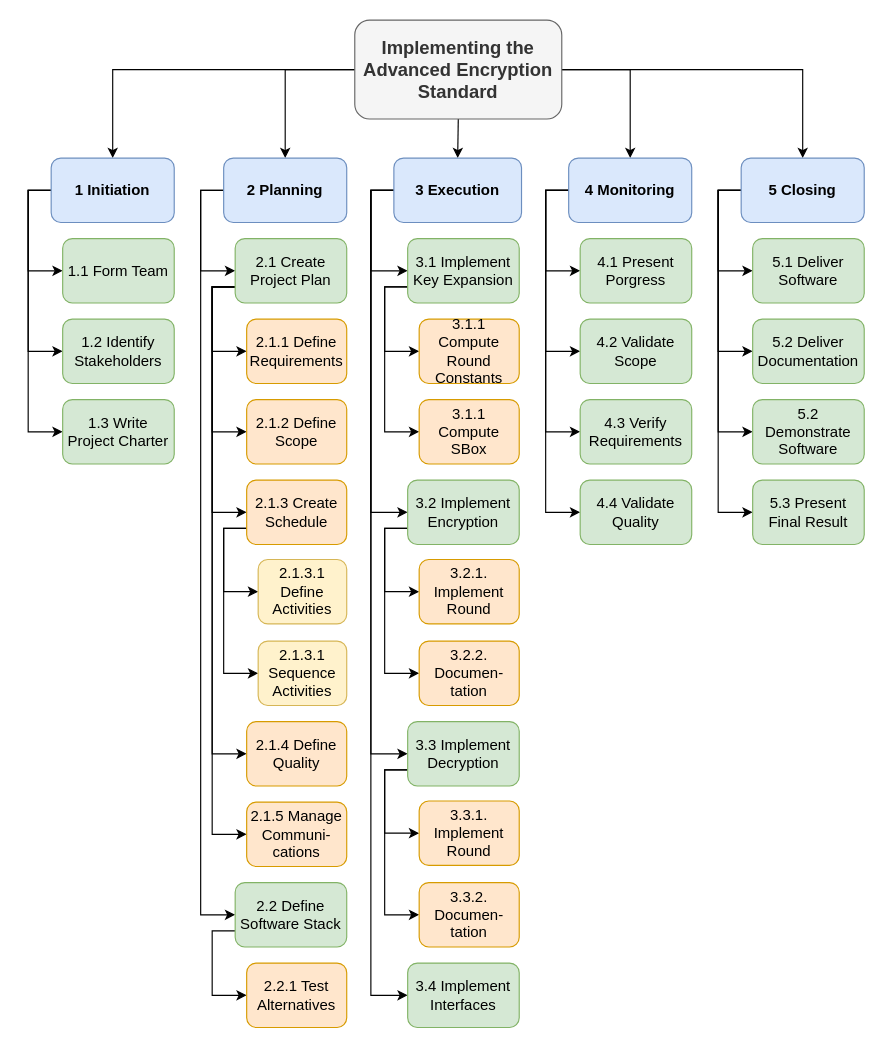
This is thesis/thesis/data/figures/WBS.drawio from jp-berg/AES, a draw.io file, before an edit. Source tidied: cells renumbered, new cells numbered last; positions are measured from the earlier drawing's top-left corner, leaving out a move shared by most shapes. Both pictures are drawn from the tidied source at 115%, with x=0, y=0 at pixel (51, 20).
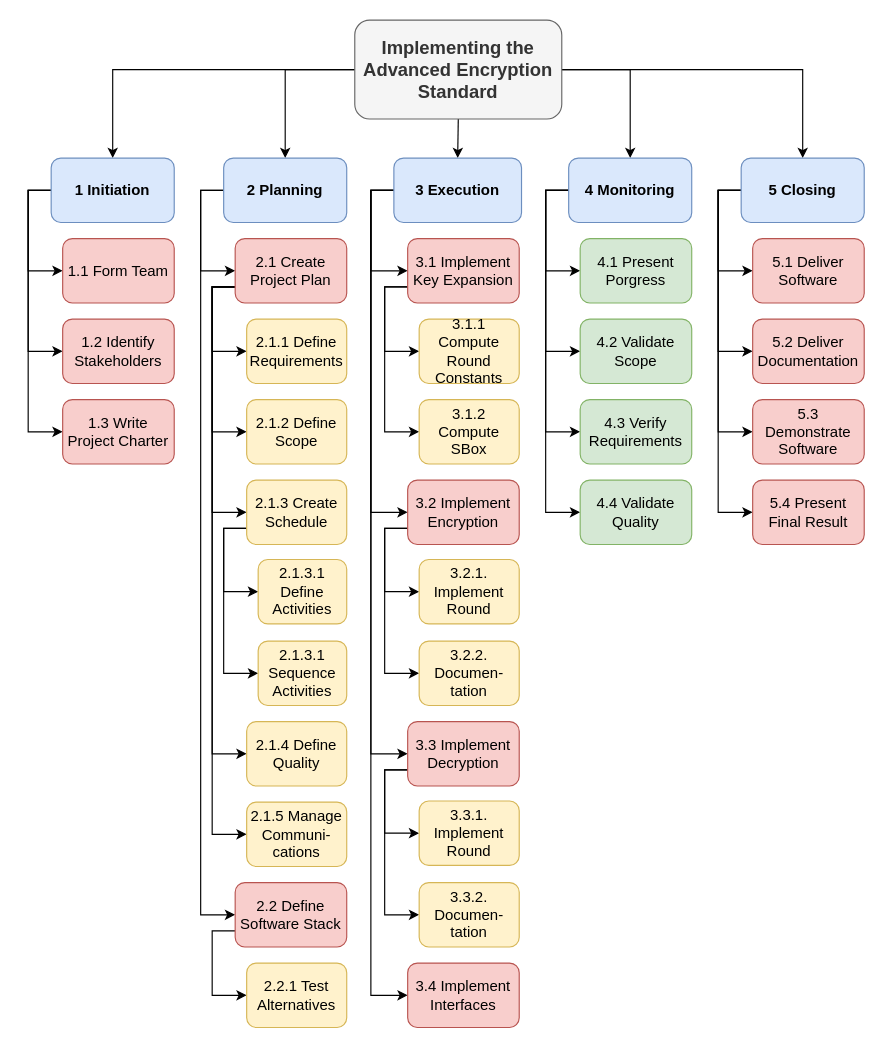
The same page after the edit.

Change to the diagram source:
```diff
@@
-    <mxCell id="44" value="&lt;font face=&quot;CMU Serif Roman&quot; style=&quot;font-size: 13px;&quot;&gt;&lt;span style=&quot;font-size: 13px;&quot;&gt;1.1 Form Team&lt;br style=&quot;font-size: 13px;&quot;&gt;&lt;/span&gt;&lt;/font&gt;" style="rounded=1;whiteSpace=wrap;html=1;fontFamily=CMU Serif Roman;fontSize=13;fillColor=#d5e8d4;strokeColor=#82b366;" parent="38" vertex="1">
+    <mxCell id="44" value="&lt;font face=&quot;CMU Serif Roman&quot; style=&quot;font-size: 13px;&quot;&gt;&lt;span style=&quot;font-size: 13px;&quot;&gt;1.1 Form Team&lt;br style=&quot;font-size: 13px;&quot;&gt;&lt;/span&gt;&lt;/font&gt;" style="rounded=1;whiteSpace=wrap;html=1;fontFamily=CMU Serif Roman;fontSize=13;fillColor=#f8cecc;strokeColor=#b85450;" parent="38" vertex="1">
       <mxGeometry x="10" y="190" width="97" height="56" as="geometry" />
     </mxCell>
-    <mxCell id="45" value="&lt;font face=&quot;CMU Serif Roman&quot; style=&quot;font-size: 13px;&quot;&gt;&lt;span style=&quot;font-size: 13px;&quot;&gt;1.2 Identify Stakeholders&lt;br style=&quot;font-size: 13px;&quot;&gt;&lt;/span&gt;&lt;/font&gt;" style="rounded=1;whiteSpace=wrap;html=1;fontFamily=CMU Serif Roman;fontSize=13;fillColor=#d5e8d4;strokeColor=#82b366;" parent="38" vertex="1">
+    <mxCell id="45" value="&lt;font face=&quot;CMU Serif Roman&quot; style=&quot;font-size: 13px;&quot;&gt;&lt;span style=&quot;font-size: 13px;&quot;&gt;1.2 Identify Stakeholders&lt;br style=&quot;font-size: 13px;&quot;&gt;&lt;/span&gt;&lt;/font&gt;" style="rounded=1;whiteSpace=wrap;html=1;fontFamily=CMU Serif Roman;fontSize=13;fillColor=#f8cecc;strokeColor=#b85450;" parent="38" vertex="1">
       <mxGeometry x="10" y="260" width="97" height="56" as="geometry" />
     </mxCell>
-    <mxCell id="46" value="&lt;font face=&quot;CMU Serif Roman&quot; style=&quot;font-size: 13px;&quot;&gt;&lt;span style=&quot;font-size: 13px;&quot;&gt;1.3 Write Project Charter&lt;br style=&quot;font-size: 13px;&quot;&gt;&lt;/span&gt;&lt;/font&gt;" style="rounded=1;whiteSpace=wrap;html=1;fontFamily=CMU Serif Roman;fontSize=13;fillColor=#d5e8d4;strokeColor=#82b366;" parent="38" vertex="1">
+    <mxCell id="46" value="&lt;font face=&quot;CMU Serif Roman&quot; style=&quot;font-size: 13px;&quot;&gt;&lt;span style=&quot;font-size: 13px;&quot;&gt;1.3 Write Project Charter&lt;br style=&quot;font-size: 13px;&quot;&gt;&lt;/span&gt;&lt;/font&gt;" style="rounded=1;whiteSpace=wrap;html=1;fontFamily=CMU Serif Roman;fontSize=13;fillColor=#f8cecc;strokeColor=#b85450;" parent="38" vertex="1">
       <mxGeometry x="10" y="330" width="97" height="56" as="geometry" />
     </mxCell>
-    <mxCell id="47" value="&lt;font face=&quot;CMU Serif Roman&quot; style=&quot;font-size: 13px;&quot;&gt;&lt;span style=&quot;font-size: 13px;&quot;&gt;2.1 Create Project Plan&lt;br style=&quot;font-size: 13px;&quot;&gt;&lt;/span&gt;&lt;/font&gt;" style="rounded=1;whiteSpace=wrap;html=1;fontFamily=CMU Serif Roman;fontSize=13;fillColor=#d5e8d4;strokeColor=#82b366;" parent="38" vertex="1">
+    <mxCell id="47" value="&lt;font face=&quot;CMU Serif Roman&quot; style=&quot;font-size: 13px;&quot;&gt;&lt;span style=&quot;font-size: 13px;&quot;&gt;2.1 Create Project Plan&lt;br style=&quot;font-size: 13px;&quot;&gt;&lt;/span&gt;&lt;/font&gt;" style="rounded=1;whiteSpace=wrap;html=1;fontFamily=CMU Serif Roman;fontSize=13;fillColor=#f8cecc;strokeColor=#b85450;" parent="38" vertex="1">
       <mxGeometry x="160" y="190" width="97" height="56" as="geometry" />
     </mxCell>
-    <mxCell id="48" value="&lt;font face=&quot;CMU Serif Roman&quot; style=&quot;font-size: 13px;&quot;&gt;&lt;span style=&quot;font-size: 13px;&quot;&gt;2.1.1 Define Requirements&lt;br style=&quot;font-size: 13px;&quot;&gt;&lt;/span&gt;&lt;/font&gt;" style="rounded=1;whiteSpace=wrap;html=1;fontFamily=CMU Serif Roman;fontSize=13;fillColor=#ffe6cc;strokeColor=#d79b00;" parent="38" vertex="1">
+    <mxCell id="48" value="&lt;font face=&quot;CMU Serif Roman&quot; style=&quot;font-size: 13px;&quot;&gt;&lt;span style=&quot;font-size: 13px;&quot;&gt;2.1.1 Define Requirements&lt;br style=&quot;font-size: 13px;&quot;&gt;&lt;/span&gt;&lt;/font&gt;" style="rounded=1;whiteSpace=wrap;html=1;fontFamily=CMU Serif Roman;fontSize=13;fillColor=#fff2cc;strokeColor=#d6b656;" parent="38" vertex="1">
       <mxGeometry x="170" y="260" width="87" height="56" as="geometry" />
     </mxCell>
-    <mxCell id="49" value="&lt;font face=&quot;CMU Serif Roman&quot; style=&quot;font-size: 13px;&quot;&gt;&lt;span style=&quot;font-size: 13px;&quot;&gt;2.1.2 Define Scope&lt;br style=&quot;font-size: 13px;&quot;&gt;&lt;/span&gt;&lt;/font&gt;" style="rounded=1;whiteSpace=wrap;html=1;fontFamily=CMU Serif Roman;fontSize=13;fillColor=#ffe6cc;strokeColor=#d79b00;" parent="38" vertex="1">
+    <mxCell id="49" value="&lt;font face=&quot;CMU Serif Roman&quot; style=&quot;font-size: 13px;&quot;&gt;&lt;span style=&quot;font-size: 13px;&quot;&gt;2.1.2 Define Scope&lt;br style=&quot;font-size: 13px;&quot;&gt;&lt;/span&gt;&lt;/font&gt;" style="rounded=1;whiteSpace=wrap;html=1;fontFamily=CMU Serif Roman;fontSize=13;fillColor=#fff2cc;strokeColor=#d6b656;" parent="38" vertex="1">
       <mxGeometry x="170" y="330" width="87" height="56" as="geometry" />
     </mxCell>
-    <mxCell id="50" value="&lt;font face=&quot;CMU Serif Roman&quot; style=&quot;font-size: 13px;&quot;&gt;&lt;span style=&quot;font-size: 13px;&quot;&gt;2.1.4 Define Quality&lt;br style=&quot;font-size: 13px;&quot;&gt;&lt;/span&gt;&lt;/font&gt;" style="rounded=1;whiteSpace=wrap;html=1;fontFamily=CMU Serif Roman;fontSize=13;fillColor=#ffe6cc;strokeColor=#d79b00;" parent="38" vertex="1">
+    <mxCell id="50" value="&lt;font face=&quot;CMU Serif Roman&quot; style=&quot;font-size: 13px;&quot;&gt;&lt;span style=&quot;font-size: 13px;&quot;&gt;2.1.4 Define Quality&lt;br style=&quot;font-size: 13px;&quot;&gt;&lt;/span&gt;&lt;/font&gt;" style="rounded=1;whiteSpace=wrap;html=1;fontFamily=CMU Serif Roman;fontSize=13;fillColor=#fff2cc;strokeColor=#d6b656;" parent="38" vertex="1">
       <mxGeometry x="170" y="610" width="87" height="56" as="geometry" />
     </mxCell>
-    <mxCell id="51" value="&lt;font face=&quot;CMU Serif Roman&quot; style=&quot;font-size: 13px;&quot;&gt;&lt;span style=&quot;font-size: 13px;&quot;&gt;2.1.3 Create Schedule&lt;br style=&quot;font-size: 13px;&quot;&gt;&lt;/span&gt;&lt;/font&gt;" style="rounded=1;whiteSpace=wrap;html=1;fontFamily=CMU Serif Roman;fontSize=13;fillColor=#ffe6cc;strokeColor=#d79b00;" parent="38" vertex="1">
+    <mxCell id="51" value="&lt;font face=&quot;CMU Serif Roman&quot; style=&quot;font-size: 13px;&quot;&gt;&lt;span style=&quot;font-size: 13px;&quot;&gt;2.1.3 Create Schedule&lt;br style=&quot;font-size: 13px;&quot;&gt;&lt;/span&gt;&lt;/font&gt;" style="rounded=1;whiteSpace=wrap;html=1;fontFamily=CMU Serif Roman;fontSize=13;fillColor=#fff2cc;strokeColor=#d6b656;" parent="38" vertex="1">
       <mxGeometry x="170" y="400" width="87" height="56" as="geometry" />
     </mxCell>
@@
-    <mxCell id="54" value="&lt;font face=&quot;CMU Serif Roman&quot; style=&quot;font-size: 13px;&quot;&gt;&lt;span style=&quot;font-size: 13px;&quot;&gt;2.1.5 Manage Communi-cations&lt;br style=&quot;font-size: 13px;&quot;&gt;&lt;/span&gt;&lt;/font&gt;" style="rounded=1;whiteSpace=wrap;html=1;fontFamily=CMU Serif Roman;fontSize=13;fillColor=#ffe6cc;strokeColor=#d79b00;" parent="38" vertex="1">
+    <mxCell id="54" value="&lt;font face=&quot;CMU Serif Roman&quot; style=&quot;font-size: 13px;&quot;&gt;&lt;span style=&quot;font-size: 13px;&quot;&gt;2.1.5 Manage Communi-cations&lt;br style=&quot;font-size: 13px;&quot;&gt;&lt;/span&gt;&lt;/font&gt;" style="rounded=1;whiteSpace=wrap;html=1;fontFamily=CMU Serif Roman;fontSize=13;fillColor=#fff2cc;strokeColor=#d6b656;" parent="38" vertex="1">
       <mxGeometry x="170" y="680" width="87" height="56" as="geometry" />
     </mxCell>
-    <mxCell id="55" value="&lt;font face=&quot;CMU Serif Roman&quot; style=&quot;font-size: 13px;&quot;&gt;&lt;span style=&quot;font-size: 13px;&quot;&gt;2.2 Define Software Stack&lt;br style=&quot;font-size: 13px;&quot;&gt;&lt;/span&gt;&lt;/font&gt;" style="rounded=1;whiteSpace=wrap;html=1;fontFamily=CMU Serif Roman;fontSize=13;fillColor=#d5e8d4;strokeColor=#82b366;" parent="38" vertex="1">
+    <mxCell id="55" value="&lt;font face=&quot;CMU Serif Roman&quot; style=&quot;font-size: 13px;&quot;&gt;&lt;span style=&quot;font-size: 13px;&quot;&gt;2.2 Define Software Stack&lt;br style=&quot;font-size: 13px;&quot;&gt;&lt;/span&gt;&lt;/font&gt;" style="rounded=1;whiteSpace=wrap;html=1;fontFamily=CMU Serif Roman;fontSize=13;fillColor=#f8cecc;strokeColor=#b85450;" parent="38" vertex="1">
       <mxGeometry x="160" y="750" width="97" height="56" as="geometry" />
     </mxCell>
-    <mxCell id="56" value="&lt;font face=&quot;CMU Serif Roman&quot; style=&quot;font-size: 13px;&quot;&gt;&lt;span style=&quot;font-size: 13px;&quot;&gt;2.2.1 Test Alternatives&lt;br style=&quot;font-size: 13px;&quot;&gt;&lt;/span&gt;&lt;/font&gt;" style="rounded=1;whiteSpace=wrap;html=1;fontFamily=CMU Serif Roman;fontSize=13;fillColor=#ffe6cc;strokeColor=#d79b00;" parent="38" vertex="1">
+    <mxCell id="56" value="&lt;font face=&quot;CMU Serif Roman&quot; style=&quot;font-size: 13px;&quot;&gt;&lt;span style=&quot;font-size: 13px;&quot;&gt;2.2.1 Test Alternatives&lt;br style=&quot;font-size: 13px;&quot;&gt;&lt;/span&gt;&lt;/font&gt;" style="rounded=1;whiteSpace=wrap;html=1;fontFamily=CMU Serif Roman;fontSize=13;fillColor=#fff2cc;strokeColor=#d6b656;" parent="38" vertex="1">
       <mxGeometry x="170" y="820" width="87" height="56" as="geometry" />
     </mxCell>
-    <mxCell id="57" value="&lt;font face=&quot;CMU Serif Roman&quot; style=&quot;font-size: 13px;&quot;&gt;&lt;span style=&quot;font-size: 13px;&quot;&gt;3.1 Implement Key Expansion&lt;br style=&quot;font-size: 13px;&quot;&gt;&lt;/span&gt;&lt;/font&gt;" style="rounded=1;whiteSpace=wrap;html=1;fontFamily=CMU Serif Roman;fontSize=13;fillColor=#d5e8d4;strokeColor=#82b366;" parent="38" vertex="1">
+    <mxCell id="57" value="&lt;font face=&quot;CMU Serif Roman&quot; style=&quot;font-size: 13px;&quot;&gt;&lt;span style=&quot;font-size: 13px;&quot;&gt;3.1 Implement Key Expansion&lt;br style=&quot;font-size: 13px;&quot;&gt;&lt;/span&gt;&lt;/font&gt;" style="rounded=1;whiteSpace=wrap;html=1;fontFamily=CMU Serif Roman;fontSize=13;fillColor=#f8cecc;strokeColor=#b85450;" parent="38" vertex="1">
       <mxGeometry x="310" y="190" width="97" height="56" as="geometry" />
     </mxCell>
-    <mxCell id="58" value="&lt;font face=&quot;CMU Serif Roman&quot; style=&quot;font-size: 13px;&quot;&gt;&lt;span style=&quot;font-size: 13px;&quot;&gt;3.1.1 Compute Round Constants&lt;br style=&quot;font-size: 13px;&quot;&gt;&lt;/span&gt;&lt;/font&gt;" style="rounded=1;whiteSpace=wrap;html=1;fontFamily=CMU Serif Roman;fontSize=13;fillColor=#ffe6cc;strokeColor=#d79b00;" parent="38" vertex="1">
+    <mxCell id="58" value="&lt;font face=&quot;CMU Serif Roman&quot; style=&quot;font-size: 13px;&quot;&gt;&lt;span style=&quot;font-size: 13px;&quot;&gt;3.1.1 Compute Round Constants&lt;br style=&quot;font-size: 13px;&quot;&gt;&lt;/span&gt;&lt;/font&gt;" style="rounded=1;whiteSpace=wrap;html=1;fontFamily=CMU Serif Roman;fontSize=13;fillColor=#fff2cc;strokeColor=#d6b656;" parent="38" vertex="1">
       <mxGeometry x="320" y="260" width="87" height="56" as="geometry" />
     </mxCell>
-    <mxCell id="59" value="&lt;font face=&quot;CMU Serif Roman&quot; style=&quot;font-size: 13px;&quot;&gt;&lt;span style=&quot;font-size: 13px;&quot;&gt;3.1.1 Compute SBox&lt;br style=&quot;font-size: 13px;&quot;&gt;&lt;/span&gt;&lt;/font&gt;" style="rounded=1;whiteSpace=wrap;html=1;fontFamily=CMU Serif Roman;fontSize=13;fillColor=#ffe6cc;strokeColor=#d79b00;" parent="38" vertex="1">
+    <mxCell id="59" value="&lt;font face=&quot;CMU Serif Roman&quot; style=&quot;font-size: 13px&quot;&gt;&lt;span style=&quot;font-size: 13px&quot;&gt;3.1.2 Compute SBox&lt;br style=&quot;font-size: 13px&quot;&gt;&lt;/span&gt;&lt;/font&gt;" style="rounded=1;whiteSpace=wrap;html=1;fontFamily=CMU Serif Roman;fontSize=13;fillColor=#fff2cc;strokeColor=#d6b656;" parent="38" vertex="1">
       <mxGeometry x="320" y="330" width="87" height="56" as="geometry" />
     </mxCell>
-    <mxCell id="60" value="&lt;font face=&quot;CMU Serif Roman&quot; style=&quot;font-size: 13px;&quot;&gt;&lt;span style=&quot;font-size: 13px;&quot;&gt;3.2 Implement Encryption&lt;br style=&quot;font-size: 13px;&quot;&gt;&lt;/span&gt;&lt;/font&gt;" style="rounded=1;whiteSpace=wrap;html=1;fontFamily=CMU Serif Roman;fontSize=13;fillColor=#d5e8d4;strokeColor=#82b366;" parent="38" vertex="1">
+    <mxCell id="60" value="&lt;font face=&quot;CMU Serif Roman&quot; style=&quot;font-size: 13px;&quot;&gt;&lt;span style=&quot;font-size: 13px;&quot;&gt;3.2 Implement Encryption&lt;br style=&quot;font-size: 13px;&quot;&gt;&lt;/span&gt;&lt;/font&gt;" style="rounded=1;whiteSpace=wrap;html=1;fontFamily=CMU Serif Roman;fontSize=13;fillColor=#f8cecc;strokeColor=#b85450;" parent="38" vertex="1">
       <mxGeometry x="310" y="400" width="97" height="56" as="geometry" />
     </mxCell>
-    <mxCell id="61" value="&lt;font face=&quot;CMU Serif Roman&quot; style=&quot;font-size: 13px;&quot;&gt;&lt;span style=&quot;font-size: 13px;&quot;&gt;3.2.1. Implement Round&lt;br style=&quot;font-size: 13px;&quot;&gt;&lt;/span&gt;&lt;/font&gt;" style="rounded=1;whiteSpace=wrap;html=1;fontFamily=CMU Serif Roman;fontSize=13;fillColor=#ffe6cc;strokeColor=#d79b00;" parent="38" vertex="1">
+    <mxCell id="61" value="&lt;font face=&quot;CMU Serif Roman&quot; style=&quot;font-size: 13px;&quot;&gt;&lt;span style=&quot;font-size: 13px;&quot;&gt;3.2.1. Implement Round&lt;br style=&quot;font-size: 13px;&quot;&gt;&lt;/span&gt;&lt;/font&gt;" style="rounded=1;whiteSpace=wrap;html=1;fontFamily=CMU Serif Roman;fontSize=13;fillColor=#fff2cc;strokeColor=#d6b656;" parent="38" vertex="1">
       <mxGeometry x="320" y="469" width="87" height="56" as="geometry" />
     </mxCell>
-    <mxCell id="62" value="&lt;font face=&quot;CMU Serif Roman&quot; style=&quot;font-size: 13px;&quot;&gt;&lt;span style=&quot;font-size: 13px;&quot;&gt;3.3 Implement Decryption&lt;br style=&quot;font-size: 13px;&quot;&gt;&lt;/span&gt;&lt;/font&gt;" style="rounded=1;whiteSpace=wrap;html=1;fontFamily=CMU Serif Roman;fontSize=13;fillColor=#d5e8d4;strokeColor=#82b366;" parent="38" vertex="1">
+    <mxCell id="62" value="&lt;font face=&quot;CMU Serif Roman&quot; style=&quot;font-size: 13px;&quot;&gt;&lt;span style=&quot;font-size: 13px;&quot;&gt;3.3 Implement Decryption&lt;br style=&quot;font-size: 13px;&quot;&gt;&lt;/span&gt;&lt;/font&gt;" style="rounded=1;whiteSpace=wrap;html=1;fontFamily=CMU Serif Roman;fontSize=13;fillColor=#f8cecc;strokeColor=#b85450;" parent="38" vertex="1">
       <mxGeometry x="310" y="610" width="97" height="56" as="geometry" />
     </mxCell>
-    <mxCell id="63" value="&lt;font face=&quot;CMU Serif Roman&quot; style=&quot;font-size: 13px;&quot;&gt;&lt;span style=&quot;font-size: 13px;&quot;&gt;3.3.1. Implement Round&lt;br style=&quot;font-size: 13px;&quot;&gt;&lt;/span&gt;&lt;/font&gt;" style="rounded=1;whiteSpace=wrap;html=1;fontFamily=CMU Serif Roman;fontSize=13;fillColor=#ffe6cc;strokeColor=#d79b00;" parent="38" vertex="1">
+    <mxCell id="63" value="&lt;font face=&quot;CMU Serif Roman&quot; style=&quot;font-size: 13px;&quot;&gt;&lt;span style=&quot;font-size: 13px;&quot;&gt;3.3.1. Implement Round&lt;br style=&quot;font-size: 13px;&quot;&gt;&lt;/span&gt;&lt;/font&gt;" style="rounded=1;whiteSpace=wrap;html=1;fontFamily=CMU Serif Roman;fontSize=13;fillColor=#fff2cc;strokeColor=#d6b656;" parent="38" vertex="1">
       <mxGeometry x="320" y="679" width="87" height="56" as="geometry" />
     </mxCell>
-    <mxCell id="64" value="&lt;font face=&quot;CMU Serif Roman&quot; style=&quot;font-size: 13px;&quot;&gt;&lt;span style=&quot;font-size: 13px;&quot;&gt;3.4 Implement Interfaces&lt;br style=&quot;font-size: 13px;&quot;&gt;&lt;/span&gt;&lt;/font&gt;" style="rounded=1;whiteSpace=wrap;html=1;fontFamily=CMU Serif Roman;fontSize=13;fillColor=#d5e8d4;strokeColor=#82b366;" parent="38" vertex="1">
+    <mxCell id="64" value="&lt;font face=&quot;CMU Serif Roman&quot; style=&quot;font-size: 13px;&quot;&gt;&lt;span style=&quot;font-size: 13px;&quot;&gt;3.4 Implement Interfaces&lt;br style=&quot;font-size: 13px;&quot;&gt;&lt;/span&gt;&lt;/font&gt;" style="rounded=1;whiteSpace=wrap;html=1;fontFamily=CMU Serif Roman;fontSize=13;fillColor=#f8cecc;strokeColor=#b85450;" parent="38" vertex="1">
       <mxGeometry x="310" y="820" width="97" height="56" as="geometry" />
     </mxCell>
-    <mxCell id="65" value="&lt;font face=&quot;CMU Serif Roman&quot; style=&quot;font-size: 13px;&quot;&gt;&lt;span style=&quot;font-size: 13px;&quot;&gt;3.2.2. Documen-&lt;br style=&quot;font-size: 13px;&quot;&gt;tation&lt;br style=&quot;font-size: 13px;&quot;&gt;&lt;/span&gt;&lt;/font&gt;" style="rounded=1;whiteSpace=wrap;html=1;fontFamily=CMU Serif Roman;fontSize=13;fillColor=#ffe6cc;strokeColor=#d79b00;" parent="38" vertex="1">
+    <mxCell id="65" value="&lt;font face=&quot;CMU Serif Roman&quot; style=&quot;font-size: 13px;&quot;&gt;&lt;span style=&quot;font-size: 13px;&quot;&gt;3.2.2. Documen-&lt;br style=&quot;font-size: 13px;&quot;&gt;tation&lt;br style=&quot;font-size: 13px;&quot;&gt;&lt;/span&gt;&lt;/font&gt;" style="rounded=1;whiteSpace=wrap;html=1;fontFamily=CMU Serif Roman;fontSize=13;fillColor=#fff2cc;strokeColor=#d6b656;" parent="38" vertex="1">
       <mxGeometry x="320" y="540" width="87" height="56" as="geometry" />
     </mxCell>
-    <mxCell id="66" value="&lt;font face=&quot;CMU Serif Roman&quot; style=&quot;font-size: 13px;&quot;&gt;&lt;span style=&quot;font-size: 13px;&quot;&gt;3.3.2. Documen-tation&lt;br style=&quot;font-size: 13px;&quot;&gt;&lt;/span&gt;&lt;/font&gt;" style="rounded=1;whiteSpace=wrap;html=1;fontFamily=CMU Serif Roman;fontSize=13;fillColor=#ffe6cc;strokeColor=#d79b00;" parent="38" vertex="1">
+    <mxCell id="66" value="&lt;font face=&quot;CMU Serif Roman&quot; style=&quot;font-size: 13px;&quot;&gt;&lt;span style=&quot;font-size: 13px;&quot;&gt;3.3.2. Documen-tation&lt;br style=&quot;font-size: 13px;&quot;&gt;&lt;/span&gt;&lt;/font&gt;" style="rounded=1;whiteSpace=wrap;html=1;fontFamily=CMU Serif Roman;fontSize=13;fillColor=#fff2cc;strokeColor=#d6b656;" parent="38" vertex="1">
       <mxGeometry x="320" y="750" width="87" height="56" as="geometry" />
     </mxCell>
@@
-    <mxCell id="72" value="&lt;font face=&quot;CMU Serif Roman&quot; style=&quot;font-size: 13px;&quot;&gt;&lt;span style=&quot;font-size: 13px;&quot;&gt;5.1 Deliver Software&lt;br style=&quot;font-size: 13px;&quot;&gt;&lt;/span&gt;&lt;/font&gt;" style="rounded=1;whiteSpace=wrap;html=1;fontFamily=CMU Serif Roman;fontSize=13;fillColor=#d5e8d4;strokeColor=#82b366;" parent="38" vertex="1">
+    <mxCell id="72" value="&lt;font face=&quot;CMU Serif Roman&quot; style=&quot;font-size: 13px;&quot;&gt;&lt;span style=&quot;font-size: 13px;&quot;&gt;5.1 Deliver Software&lt;br style=&quot;font-size: 13px;&quot;&gt;&lt;/span&gt;&lt;/font&gt;" style="rounded=1;whiteSpace=wrap;html=1;fontFamily=CMU Serif Roman;fontSize=13;fillColor=#f8cecc;strokeColor=#b85450;" parent="38" vertex="1">
       <mxGeometry x="610" y="190" width="97" height="56" as="geometry" />
     </mxCell>
-    <mxCell id="73" value="&lt;font face=&quot;CMU Serif Roman&quot; style=&quot;font-size: 13px;&quot;&gt;&lt;span style=&quot;font-size: 13px;&quot;&gt;5.2 Deliver Documentation&lt;br style=&quot;font-size: 13px;&quot;&gt;&lt;/span&gt;&lt;/font&gt;" style="rounded=1;whiteSpace=wrap;html=1;fontFamily=CMU Serif Roman;fontSize=13;fillColor=#d5e8d4;strokeColor=#82b366;" parent="38" vertex="1">
+    <mxCell id="73" value="&lt;font face=&quot;CMU Serif Roman&quot; style=&quot;font-size: 13px;&quot;&gt;&lt;span style=&quot;font-size: 13px;&quot;&gt;5.2 Deliver Documentation&lt;br style=&quot;font-size: 13px;&quot;&gt;&lt;/span&gt;&lt;/font&gt;" style="rounded=1;whiteSpace=wrap;html=1;fontFamily=CMU Serif Roman;fontSize=13;fillColor=#f8cecc;strokeColor=#b85450;" parent="38" vertex="1">
       <mxGeometry x="610" y="260" width="97" height="56" as="geometry" />
     </mxCell>
-    <mxCell id="74" value="&lt;font face=&quot;CMU Serif Roman&quot; style=&quot;font-size: 13px;&quot;&gt;&lt;span style=&quot;font-size: 13px;&quot;&gt;5.2 Demonstrate Software&lt;br style=&quot;font-size: 13px;&quot;&gt;&lt;/span&gt;&lt;/font&gt;" style="rounded=1;whiteSpace=wrap;html=1;fontFamily=CMU Serif Roman;fontSize=13;fillColor=#d5e8d4;strokeColor=#82b366;" parent="38" vertex="1">
+    <mxCell id="74" value="&lt;font face=&quot;CMU Serif Roman&quot; style=&quot;font-size: 13px&quot;&gt;&lt;span style=&quot;font-size: 13px&quot;&gt;5.3 Demonstrate Software&lt;br style=&quot;font-size: 13px&quot;&gt;&lt;/span&gt;&lt;/font&gt;" style="rounded=1;whiteSpace=wrap;html=1;fontFamily=CMU Serif Roman;fontSize=13;fillColor=#f8cecc;strokeColor=#b85450;" parent="38" vertex="1">
       <mxGeometry x="610" y="330" width="97" height="56" as="geometry" />
     </mxCell>
-    <mxCell id="75" value="&lt;font face=&quot;CMU Serif Roman&quot; style=&quot;font-size: 13px;&quot;&gt;&lt;span style=&quot;font-size: 13px;&quot;&gt;5.3 Present Final Result&lt;br style=&quot;font-size: 13px;&quot;&gt;&lt;/span&gt;&lt;/font&gt;" style="rounded=1;whiteSpace=wrap;html=1;fontFamily=CMU Serif Roman;fontSize=13;fillColor=#d5e8d4;strokeColor=#82b366;" parent="38" vertex="1">
+    <mxCell id="75" value="&lt;font face=&quot;CMU Serif Roman&quot; style=&quot;font-size: 13px&quot;&gt;&lt;span style=&quot;font-size: 13px&quot;&gt;5.4 Present Final Result&lt;br style=&quot;font-size: 13px&quot;&gt;&lt;/span&gt;&lt;/font&gt;" style="rounded=1;whiteSpace=wrap;html=1;fontFamily=CMU Serif Roman;fontSize=13;fillColor=#f8cecc;strokeColor=#b85450;" parent="38" vertex="1">
       <mxGeometry x="610" y="400" width="97" height="56" as="geometry" />
     </mxCell>
```
